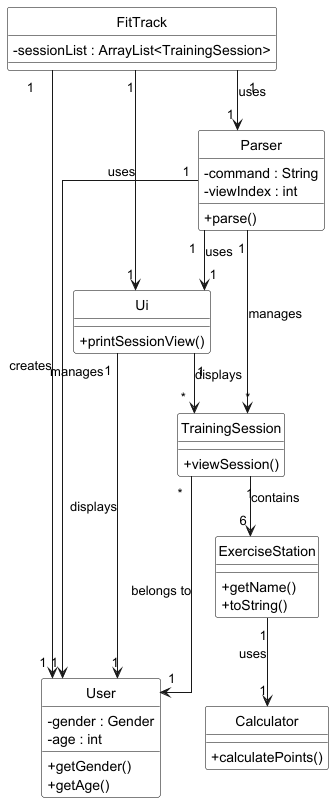
Earlier version of the PlantUML export docs/Images/Class_ViewTrainingSession.png (nus-cs2113-AY2425S1/tp). Its diagram source:
```plantuml
@startuml
skinparam linetype ortho
hide circle
skinparam classAttributeIconSize 0
skinparam classBackgroundColor White
skinparam classBorderColor Black

class FitTrack {
    -sessionList : ArrayList<TrainingSession>
}

class Parser {
    -command : String
    -viewIndex : int
    +parse()
}

class Ui {
    +printSessionView()
}

class TrainingSession {
    +viewSession()
}

class User {
    -gender : Gender
    -age : int
    +getGender()
    +getAge()
}

class ExerciseStation {
    +getName()
    +toString()
}

class Calculator {
    +calculatePoints()
}

FitTrack "1" --> "1" User : creates
FitTrack "1" --> "1" Parser : uses
FitTrack "1" --> "1" Ui : uses

Parser "1" --> "1" Ui : uses
Parser "1" --> "1" User : manages
Parser "1" --> "*" TrainingSession : manages

Ui "1" -> "1" User : displays
Ui "1" --> "*" TrainingSession : displays

TrainingSession "*" ---> "1" User : belongs to
TrainingSession "1" --> "6" ExerciseStation : contains

ExerciseStation "1" --> "1" Calculator : uses

@enduml
```
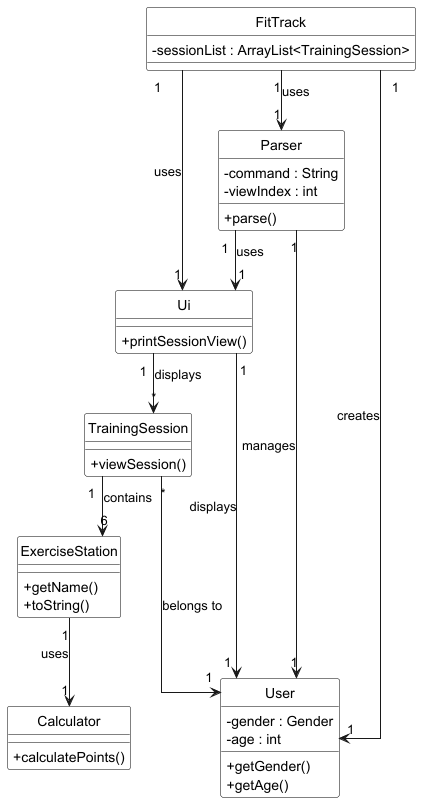
The same diagram one commit later.

The edit, as a diff of the source:
```diff
@@ -45,7 +45,6 @@
 
 Parser "1" --> "1" Ui : uses
 Parser "1" --> "1" User : manages
-Parser "1" --> "*" TrainingSession : manages
 
 Ui "1" -> "1" User : displays
 Ui "1" --> "*" TrainingSession : displays
```
